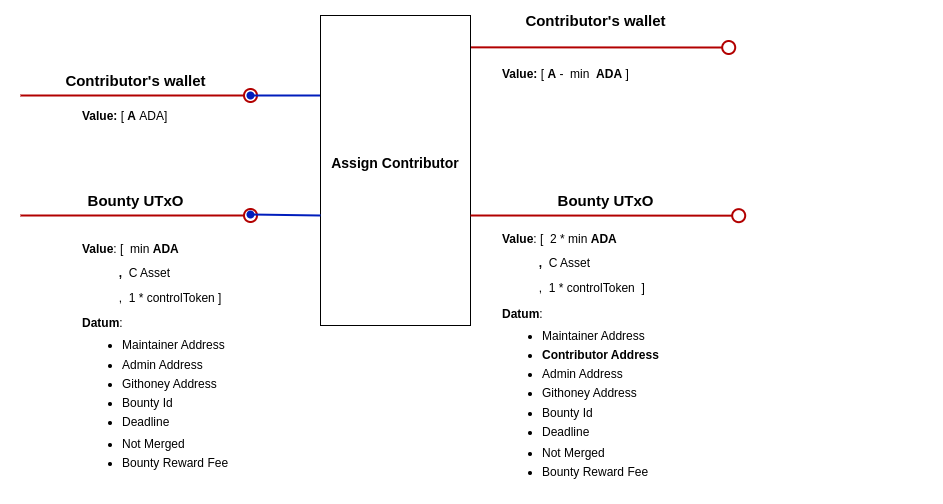
Above: docs/img/assignContributor.png in githoney-io/githoney-smart-contract (draw.io), before the change. Source tidied: cells renumbered, new cells last; positions are measured from the earlier drawing's top-left corner, leaving out a move shared by most shapes. Source of this version:
```xml
<mxGraphModel>
  <root>
    <mxCell id="0" />
    <mxCell id="1" parent="0" />
    <mxCell id="2" style="endArrow=oval;html=1;rounded=0;strokeWidth=2;fillColor=#e51400;strokeColor=#B20000;startArrow=none;startFill=0;endFill=0;endSize=13;" parent="1" edge="1">
      <mxGeometry relative="1" as="geometry">
        <mxPoint y="90" as="sourcePoint" />
        <mxPoint x="230" y="90" as="targetPoint" />
      </mxGeometry>
    </mxCell>
    <mxCell id="3" style="endArrow=oval;html=1;rounded=0;fillColor=#0050ef;strokeColor=#001DBC;shadow=0;strokeWidth=2;startArrow=none;startFill=0;endFill=1;endSize=6;" parent="1" edge="1">
      <mxGeometry relative="1" as="geometry">
        <mxPoint x="350" y="90" as="sourcePoint" />
        <mxPoint x="230" y="90" as="targetPoint" />
      </mxGeometry>
    </mxCell>
    <mxCell id="4" value="&lt;b&gt;Value: &lt;/b&gt;[&lt;b&gt;&amp;nbsp;A&lt;/b&gt;&amp;nbsp;ADA]" style="text;html=1;strokeColor=none;fillColor=none;align=left;verticalAlign=middle;whiteSpace=wrap;rounded=0;" parent="1" vertex="1">
      <mxGeometry x="60" y="90" width="174" height="41" as="geometry" />
    </mxCell>
    <mxCell id="5" style="endArrow=oval;html=1;rounded=0;strokeWidth=2;fillColor=#e51400;strokeColor=#B20000;startArrow=none;startFill=0;endFill=0;endSize=13;exitX=1.015;exitY=0.384;exitDx=0;exitDy=0;exitPerimeter=0;" parent="1" edge="1">
      <mxGeometry relative="1" as="geometry">
        <mxPoint x="440" y="41.8" as="sourcePoint" />
        <mxPoint x="708.2" y="42" as="targetPoint" />
      </mxGeometry>
    </mxCell>
    <mxCell id="6" value="&lt;b&gt;Value: &lt;/b&gt;[&lt;b&gt;&amp;nbsp;&lt;/b&gt;&lt;b&gt;A&lt;/b&gt;&amp;nbsp;-&amp;nbsp; min &lt;b&gt;&amp;nbsp;ADA&lt;/b&gt;&lt;span style=&quot;background-color: initial;&quot;&gt;&amp;nbsp;]&lt;/span&gt;" style="text;html=1;strokeColor=none;fillColor=none;align=left;verticalAlign=middle;whiteSpace=wrap;rounded=0;" parent="1" vertex="1">
      <mxGeometry x="480" y="40" width="250" height="57" as="geometry" />
    </mxCell>
    <mxCell id="7" value="&lt;font style=&quot;&quot;&gt;&lt;span style=&quot;font-weight: bold; font-size: 14px;&quot;&gt;Assign Contributor&lt;/span&gt;&lt;/font&gt;&lt;br&gt;&lt;font style=&quot;&quot;&gt;&lt;br&gt;&lt;/font&gt;" style="rounded=0;whiteSpace=wrap;html=1;" parent="1" vertex="1">
      <mxGeometry x="300" y="10" width="150" height="310" as="geometry" />
    </mxCell>
    <mxCell id="8" value="&lt;font style=&quot;font-size: 15px;&quot;&gt;&lt;b style=&quot;font-size: 12px;&quot;&gt;&lt;font style=&quot;font-size: 15px;&quot;&gt;Contributor's wallet&lt;/font&gt;&lt;/b&gt;&lt;b&gt;&lt;br&gt;&lt;/b&gt;&lt;/font&gt;" style="text;html=1;align=center;verticalAlign=middle;strokeColor=none;fillColor=none;" parent="1" vertex="1">
      <mxGeometry x="35" y="60" width="160" height="30" as="geometry" />
    </mxCell>
    <mxCell id="9" value="&lt;font style=&quot;font-size: 15px;&quot;&gt;&lt;b&gt;Bounty UTxO&lt;/b&gt;&lt;/font&gt;" style="text;html=1;align=center;verticalAlign=middle;strokeColor=none;fillColor=none;" parent="1" vertex="1">
      <mxGeometry x="525" y="180" width="120" height="30" as="geometry" />
    </mxCell>
    <mxCell id="10" style="endArrow=oval;html=1;rounded=0;strokeWidth=2;fillColor=#e51400;strokeColor=#B20000;startArrow=none;startFill=0;endFill=0;endSize=13;exitX=1.015;exitY=0.384;exitDx=0;exitDy=0;exitPerimeter=0;" parent="1" edge="1">
      <mxGeometry relative="1" as="geometry">
        <mxPoint x="450" y="210" as="sourcePoint" />
        <mxPoint x="718.2" y="210.2" as="targetPoint" />
      </mxGeometry>
    </mxCell>
    <mxCell id="11" value="&lt;p style=&quot;line-height: 100%;&quot;&gt;&lt;b&gt;Value&lt;/b&gt;: [&amp;nbsp; min&lt;b&gt;&amp;nbsp;ADA&lt;/b&gt;&lt;/p&gt;&lt;p style=&quot;line-height: 100%;&quot;&gt;&lt;b&gt;&lt;span style=&quot;white-space: pre;&quot;&gt;&#9;&lt;/span&gt;&amp;nbsp; &amp;nbsp;,&amp;nbsp; &lt;/b&gt;C Asset&lt;br&gt;&lt;/p&gt;&lt;span style=&quot;background-color: initial;&quot;&gt;&amp;nbsp; &amp;nbsp; &amp;nbsp; &amp;nbsp; &amp;nbsp; &amp;nbsp;,&amp;nbsp; 1 * controlToken&lt;/span&gt;&lt;b style=&quot;background-color: initial;&quot;&gt;&amp;nbsp;&lt;/b&gt;&lt;span style=&quot;background-color: initial;&quot;&gt;]&amp;nbsp;&lt;/span&gt;&lt;div&gt;&lt;p style=&quot;line-height: 100%;&quot;&gt;&lt;b&gt;Datum&lt;/b&gt;:&lt;/p&gt;&lt;ul style=&quot;line-height: 80%;&quot;&gt;&lt;li&gt;Maintainer Address&lt;br&gt;&lt;/li&gt;&lt;br&gt;&lt;li&gt;Admin Address&amp;nbsp; &amp;nbsp; &amp;nbsp;&lt;br&gt;&lt;br&gt;&lt;/li&gt;&lt;li&gt;Githoney Address&amp;nbsp; &amp;nbsp; &amp;nbsp;&amp;nbsp;&lt;br&gt;&lt;br&gt;&lt;/li&gt;&lt;li&gt;Bounty Id&lt;br&gt;&amp;nbsp; &amp;nbsp; &amp;nbsp;&lt;/li&gt;&lt;li&gt;Deadline&lt;/li&gt;&lt;/ul&gt;&lt;ul style=&quot;line-height: 80%;&quot;&gt;&lt;li&gt;Not Merged&lt;br&gt;&lt;br&gt;&lt;/li&gt;&lt;li&gt;Bounty Reward Fee&lt;br&gt;&lt;br&gt;&lt;/li&gt;&lt;/ul&gt;&lt;p&gt;&lt;/p&gt;&lt;/div&gt;" style="text;html=1;strokeColor=none;fillColor=none;align=left;verticalAlign=middle;whiteSpace=wrap;rounded=0;" parent="1" vertex="1">
      <mxGeometry x="60" y="230" width="437.4" height="250" as="geometry" />
    </mxCell>
    <mxCell id="12" value="&lt;font style=&quot;font-size: 15px;&quot;&gt;&lt;b style=&quot;font-size: 12px;&quot;&gt;&lt;font style=&quot;font-size: 15px;&quot;&gt;Contributor's wallet&lt;/font&gt;&lt;/b&gt;&lt;b&gt;&lt;br&gt;&lt;/b&gt;&lt;/font&gt;" style="text;html=1;align=center;verticalAlign=middle;strokeColor=none;fillColor=none;" parent="1" vertex="1">
      <mxGeometry x="495.2" width="160" height="30" as="geometry" />
    </mxCell>
    <mxCell id="13" style="endArrow=oval;html=1;rounded=0;strokeWidth=2;fillColor=#e51400;strokeColor=#B20000;startArrow=none;startFill=0;endFill=0;endSize=13;" parent="1" edge="1">
      <mxGeometry relative="1" as="geometry">
        <mxPoint y="210" as="sourcePoint" />
        <mxPoint x="230" y="210" as="targetPoint" />
      </mxGeometry>
    </mxCell>
    <mxCell id="14" style="endArrow=oval;html=1;rounded=0;fillColor=#0050ef;strokeColor=#001DBC;shadow=0;strokeWidth=2;startArrow=none;startFill=0;endFill=1;endSize=6;" parent="1" edge="1">
      <mxGeometry relative="1" as="geometry">
        <mxPoint x="300" y="210" as="sourcePoint" />
        <mxPoint x="230" y="209" as="targetPoint" />
      </mxGeometry>
    </mxCell>
    <mxCell id="15" value="&lt;font style=&quot;font-size: 15px;&quot;&gt;&lt;b&gt;Bounty UTxO&lt;/b&gt;&lt;/font&gt;" style="text;html=1;align=center;verticalAlign=middle;strokeColor=none;fillColor=none;" parent="1" vertex="1">
      <mxGeometry x="55" y="180" width="120" height="30" as="geometry" />
    </mxCell>
    <mxCell id="16" value="&lt;p style=&quot;line-height: 100%;&quot;&gt;&lt;b&gt;Value&lt;/b&gt;: [&amp;nbsp; 2 * min&lt;b&gt;&amp;nbsp;ADA&lt;/b&gt;&lt;/p&gt;&lt;p style=&quot;line-height: 100%;&quot;&gt;&lt;b&gt;&lt;span style=&quot;white-space: pre;&quot;&gt;&#9;&lt;/span&gt;&amp;nbsp; &amp;nbsp;,&amp;nbsp; &lt;/b&gt;C Asset&lt;br&gt;&lt;/p&gt;&lt;span style=&quot;background-color: initial;&quot;&gt;&amp;nbsp; &amp;nbsp; &amp;nbsp; &amp;nbsp; &amp;nbsp; &amp;nbsp;,&amp;nbsp; 1 * controlToken&lt;/span&gt;&lt;b style=&quot;background-color: initial;&quot;&gt;&amp;nbsp;&amp;nbsp;&lt;/b&gt;&lt;span style=&quot;background-color: initial;&quot;&gt;]&amp;nbsp;&lt;/span&gt;&lt;div&gt;&lt;div&gt;&lt;p style=&quot;line-height: 100%;&quot;&gt;&lt;b&gt;Datum&lt;/b&gt;:&lt;/p&gt;&lt;ul style=&quot;line-height: 80%;&quot;&gt;&lt;li&gt;Maintainer Address&lt;br&gt;&lt;br&gt;&lt;/li&gt;&lt;li&gt;&lt;b&gt;Contributor Address&lt;/b&gt;&lt;/li&gt;&lt;br&gt;&lt;li&gt;Admin Address&amp;nbsp; &amp;nbsp; &amp;nbsp;&lt;br&gt;&lt;br&gt;&lt;/li&gt;&lt;li&gt;Githoney Address&amp;nbsp; &amp;nbsp; &amp;nbsp;&amp;nbsp;&lt;br&gt;&amp;nbsp; &amp;nbsp; &amp;nbsp;&lt;/li&gt;&lt;li&gt;Bounty Id&lt;br&gt;&lt;br&gt;&lt;/li&gt;&lt;li&gt;Deadline&lt;/li&gt;&lt;/ul&gt;&lt;ul style=&quot;line-height: 80%;&quot;&gt;&lt;li&gt;Not Merged&lt;br&gt;&lt;br&gt;&lt;/li&gt;&lt;li&gt;Bounty Reward Fee&lt;br&gt;&lt;br&gt;&lt;/li&gt;&lt;/ul&gt;&lt;p&gt;&lt;/p&gt;&lt;/div&gt;&lt;/div&gt;" style="text;html=1;strokeColor=none;fillColor=none;align=left;verticalAlign=middle;whiteSpace=wrap;rounded=0;" parent="1" vertex="1">
      <mxGeometry x="480" y="230" width="437.4" height="250" as="geometry" />
    </mxCell>
  </root>
</mxGraphModel>
```
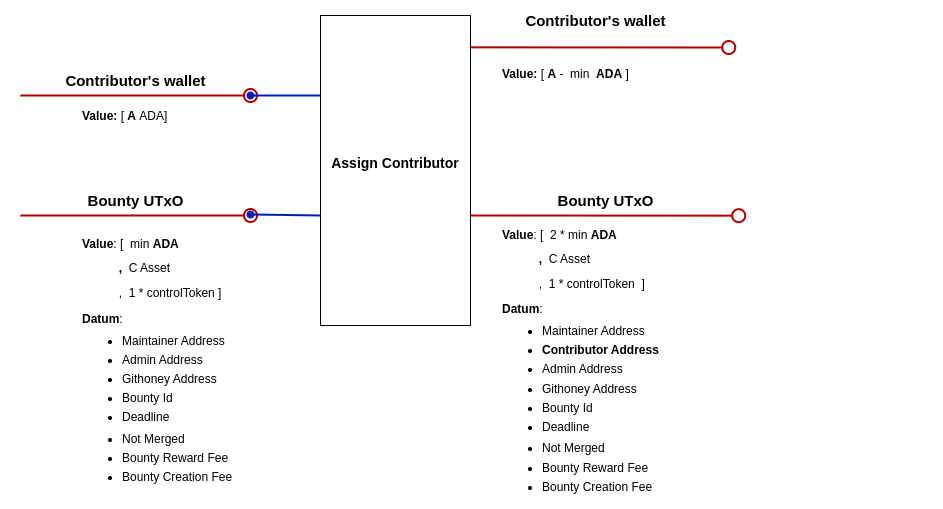
After the commit.

Commit message:
Adding creation Fee to datum

Change to the diagram source:
```diff
@@ -41,7 +41,7 @@
         <mxPoint x="718.2" y="210.2" as="targetPoint" />
       </mxGeometry>
     </mxCell>
-    <mxCell id="11" value="&lt;p style=&quot;line-height: 100%;&quot;&gt;&lt;b&gt;Value&lt;/b&gt;: [&amp;nbsp; min&lt;b&gt;&amp;nbsp;ADA&lt;/b&gt;&lt;/p&gt;&lt;p style=&quot;line-height: 100%;&quot;&gt;&lt;b&gt;&lt;span style=&quot;white-space: pre;&quot;&gt;&#9;&lt;/span&gt;&amp;nbsp; &amp;nbsp;,&amp;nbsp; &lt;/b&gt;C Asset&lt;br&gt;&lt;/p&gt;&lt;span style=&quot;background-color: initial;&quot;&gt;&amp;nbsp; &amp;nbsp; &amp;nbsp; &amp;nbsp; &amp;nbsp; &amp;nbsp;,&amp;nbsp; 1 * controlToken&lt;/span&gt;&lt;b style=&quot;background-color: initial;&quot;&gt;&amp;nbsp;&lt;/b&gt;&lt;span style=&quot;background-color: initial;&quot;&gt;]&amp;nbsp;&lt;/span&gt;&lt;div&gt;&lt;p style=&quot;line-height: 100%;&quot;&gt;&lt;b&gt;Datum&lt;/b&gt;:&lt;/p&gt;&lt;ul style=&quot;line-height: 80%;&quot;&gt;&lt;li&gt;Maintainer Address&lt;br&gt;&lt;/li&gt;&lt;br&gt;&lt;li&gt;Admin Address&amp;nbsp; &amp;nbsp; &amp;nbsp;&lt;br&gt;&lt;br&gt;&lt;/li&gt;&lt;li&gt;Githoney Address&amp;nbsp; &amp;nbsp; &amp;nbsp;&amp;nbsp;&lt;br&gt;&lt;br&gt;&lt;/li&gt;&lt;li&gt;Bounty Id&lt;br&gt;&amp;nbsp; &amp;nbsp; &amp;nbsp;&lt;/li&gt;&lt;li&gt;Deadline&lt;/li&gt;&lt;/ul&gt;&lt;ul style=&quot;line-height: 80%;&quot;&gt;&lt;li&gt;Not Merged&lt;br&gt;&lt;br&gt;&lt;/li&gt;&lt;li&gt;Bounty Reward Fee&lt;br&gt;&lt;br&gt;&lt;/li&gt;&lt;/ul&gt;&lt;p&gt;&lt;/p&gt;&lt;/div&gt;" style="text;html=1;strokeColor=none;fillColor=none;align=left;verticalAlign=middle;whiteSpace=wrap;rounded=0;" parent="1" vertex="1">
+    <mxCell id="11" value="&lt;p style=&quot;line-height: 100%;&quot;&gt;&lt;b&gt;Value&lt;/b&gt;: [&amp;nbsp; min&lt;b&gt;&amp;nbsp;ADA&lt;/b&gt;&lt;/p&gt;&lt;p style=&quot;line-height: 100%;&quot;&gt;&lt;b&gt;&lt;span style=&quot;white-space: pre;&quot;&gt;&#9;&lt;/span&gt;&amp;nbsp; &amp;nbsp;,&amp;nbsp; &lt;/b&gt;C Asset&lt;br&gt;&lt;/p&gt;&lt;span style=&quot;background-color: initial;&quot;&gt;&amp;nbsp; &amp;nbsp; &amp;nbsp; &amp;nbsp; &amp;nbsp; &amp;nbsp;,&amp;nbsp; 1 * controlToken&lt;/span&gt;&lt;b style=&quot;background-color: initial;&quot;&gt;&amp;nbsp;&lt;/b&gt;&lt;span style=&quot;background-color: initial;&quot;&gt;]&amp;nbsp;&lt;/span&gt;&lt;div&gt;&lt;p style=&quot;line-height: 100%;&quot;&gt;&lt;b&gt;Datum&lt;/b&gt;:&lt;/p&gt;&lt;ul style=&quot;line-height: 80%;&quot;&gt;&lt;li&gt;Maintainer Address&lt;br&gt;&lt;/li&gt;&lt;br&gt;&lt;li&gt;Admin Address&amp;nbsp; &amp;nbsp; &amp;nbsp;&lt;br&gt;&lt;br&gt;&lt;/li&gt;&lt;li&gt;Githoney Address&amp;nbsp; &amp;nbsp; &amp;nbsp;&amp;nbsp;&lt;br&gt;&lt;br&gt;&lt;/li&gt;&lt;li&gt;Bounty Id&lt;br&gt;&amp;nbsp; &amp;nbsp; &amp;nbsp;&lt;/li&gt;&lt;li&gt;Deadline&lt;/li&gt;&lt;/ul&gt;&lt;ul style=&quot;line-height: 80%;&quot;&gt;&lt;li&gt;Not Merged&lt;br&gt;&lt;br&gt;&lt;/li&gt;&lt;li&gt;Bounty Reward Fee&lt;br&gt;&lt;br&gt;&lt;/li&gt;&lt;li&gt;Bounty Creation Fee&lt;/li&gt;&lt;/ul&gt;&lt;p&gt;&lt;/p&gt;&lt;/div&gt;" style="text;html=1;strokeColor=none;fillColor=none;align=left;verticalAlign=middle;whiteSpace=wrap;rounded=0;" parent="1" vertex="1">
       <mxGeometry x="60" y="230" width="437.4" height="250" as="geometry" />
     </mxCell>
     <mxCell id="12" value="&lt;font style=&quot;font-size: 15px;&quot;&gt;&lt;b style=&quot;font-size: 12px;&quot;&gt;&lt;font style=&quot;font-size: 15px;&quot;&gt;Contributor's wallet&lt;/font&gt;&lt;/b&gt;&lt;b&gt;&lt;br&gt;&lt;/b&gt;&lt;/font&gt;" style="text;html=1;align=center;verticalAlign=middle;strokeColor=none;fillColor=none;" parent="1" vertex="1">
@@ -62,7 +62,7 @@
     <mxCell id="15" value="&lt;font style=&quot;font-size: 15px;&quot;&gt;&lt;b&gt;Bounty UTxO&lt;/b&gt;&lt;/font&gt;" style="text;html=1;align=center;verticalAlign=middle;strokeColor=none;fillColor=none;" parent="1" vertex="1">
       <mxGeometry x="55" y="180" width="120" height="30" as="geometry" />
     </mxCell>
-    <mxCell id="16" value="&lt;p style=&quot;line-height: 100%;&quot;&gt;&lt;b&gt;Value&lt;/b&gt;: [&amp;nbsp; 2 * min&lt;b&gt;&amp;nbsp;ADA&lt;/b&gt;&lt;/p&gt;&lt;p style=&quot;line-height: 100%;&quot;&gt;&lt;b&gt;&lt;span style=&quot;white-space: pre;&quot;&gt;&#9;&lt;/span&gt;&amp;nbsp; &amp;nbsp;,&amp;nbsp; &lt;/b&gt;C Asset&lt;br&gt;&lt;/p&gt;&lt;span style=&quot;background-color: initial;&quot;&gt;&amp;nbsp; &amp;nbsp; &amp;nbsp; &amp;nbsp; &amp;nbsp; &amp;nbsp;,&amp;nbsp; 1 * controlToken&lt;/span&gt;&lt;b style=&quot;background-color: initial;&quot;&gt;&amp;nbsp;&amp;nbsp;&lt;/b&gt;&lt;span style=&quot;background-color: initial;&quot;&gt;]&amp;nbsp;&lt;/span&gt;&lt;div&gt;&lt;div&gt;&lt;p style=&quot;line-height: 100%;&quot;&gt;&lt;b&gt;Datum&lt;/b&gt;:&lt;/p&gt;&lt;ul style=&quot;line-height: 80%;&quot;&gt;&lt;li&gt;Maintainer Address&lt;br&gt;&lt;br&gt;&lt;/li&gt;&lt;li&gt;&lt;b&gt;Contributor Address&lt;/b&gt;&lt;/li&gt;&lt;br&gt;&lt;li&gt;Admin Address&amp;nbsp; &amp;nbsp; &amp;nbsp;&lt;br&gt;&lt;br&gt;&lt;/li&gt;&lt;li&gt;Githoney Address&amp;nbsp; &amp;nbsp; &amp;nbsp;&amp;nbsp;&lt;br&gt;&amp;nbsp; &amp;nbsp; &amp;nbsp;&lt;/li&gt;&lt;li&gt;Bounty Id&lt;br&gt;&lt;br&gt;&lt;/li&gt;&lt;li&gt;Deadline&lt;/li&gt;&lt;/ul&gt;&lt;ul style=&quot;line-height: 80%;&quot;&gt;&lt;li&gt;Not Merged&lt;br&gt;&lt;br&gt;&lt;/li&gt;&lt;li&gt;Bounty Reward Fee&lt;br&gt;&lt;br&gt;&lt;/li&gt;&lt;/ul&gt;&lt;p&gt;&lt;/p&gt;&lt;/div&gt;&lt;/div&gt;" style="text;html=1;strokeColor=none;fillColor=none;align=left;verticalAlign=middle;whiteSpace=wrap;rounded=0;" parent="1" vertex="1">
+    <mxCell id="16" value="&lt;p style=&quot;line-height: 100%;&quot;&gt;&lt;b&gt;Value&lt;/b&gt;: [&amp;nbsp; 2 * min&lt;b&gt;&amp;nbsp;ADA&lt;/b&gt;&lt;/p&gt;&lt;p style=&quot;line-height: 100%;&quot;&gt;&lt;b&gt;&lt;span style=&quot;white-space: pre;&quot;&gt;&#9;&lt;/span&gt;&amp;nbsp; &amp;nbsp;,&amp;nbsp; &lt;/b&gt;C Asset&lt;br&gt;&lt;/p&gt;&lt;span style=&quot;background-color: initial;&quot;&gt;&amp;nbsp; &amp;nbsp; &amp;nbsp; &amp;nbsp; &amp;nbsp; &amp;nbsp;,&amp;nbsp; 1 * controlToken&lt;/span&gt;&lt;b style=&quot;background-color: initial;&quot;&gt;&amp;nbsp;&amp;nbsp;&lt;/b&gt;&lt;span style=&quot;background-color: initial;&quot;&gt;]&amp;nbsp;&lt;/span&gt;&lt;div&gt;&lt;div&gt;&lt;p style=&quot;line-height: 100%;&quot;&gt;&lt;b&gt;Datum&lt;/b&gt;:&lt;/p&gt;&lt;ul style=&quot;line-height: 80%;&quot;&gt;&lt;li&gt;Maintainer Address&lt;br&gt;&lt;br&gt;&lt;/li&gt;&lt;li&gt;&lt;b&gt;Contributor Address&lt;/b&gt;&lt;/li&gt;&lt;br&gt;&lt;li&gt;Admin Address&amp;nbsp; &amp;nbsp; &amp;nbsp;&lt;br&gt;&lt;br&gt;&lt;/li&gt;&lt;li&gt;Githoney Address&amp;nbsp; &amp;nbsp; &amp;nbsp;&amp;nbsp;&lt;br&gt;&amp;nbsp; &amp;nbsp; &amp;nbsp;&lt;/li&gt;&lt;li&gt;Bounty Id&lt;br&gt;&lt;br&gt;&lt;/li&gt;&lt;li&gt;Deadline&lt;/li&gt;&lt;/ul&gt;&lt;ul style=&quot;line-height: 80%;&quot;&gt;&lt;li&gt;Not Merged&lt;br&gt;&lt;br&gt;&lt;/li&gt;&lt;li&gt;Bounty Reward Fee&lt;br&gt;&lt;br&gt;&lt;/li&gt;&lt;li&gt;Bounty Creation Fee&lt;/li&gt;&lt;/ul&gt;&lt;p&gt;&lt;/p&gt;&lt;/div&gt;&lt;/div&gt;" style="text;html=1;strokeColor=none;fillColor=none;align=left;verticalAlign=middle;whiteSpace=wrap;rounded=0;" parent="1" vertex="1">
       <mxGeometry x="480" y="230" width="437.4" height="250" as="geometry" />
     </mxCell>
   </root>
```
